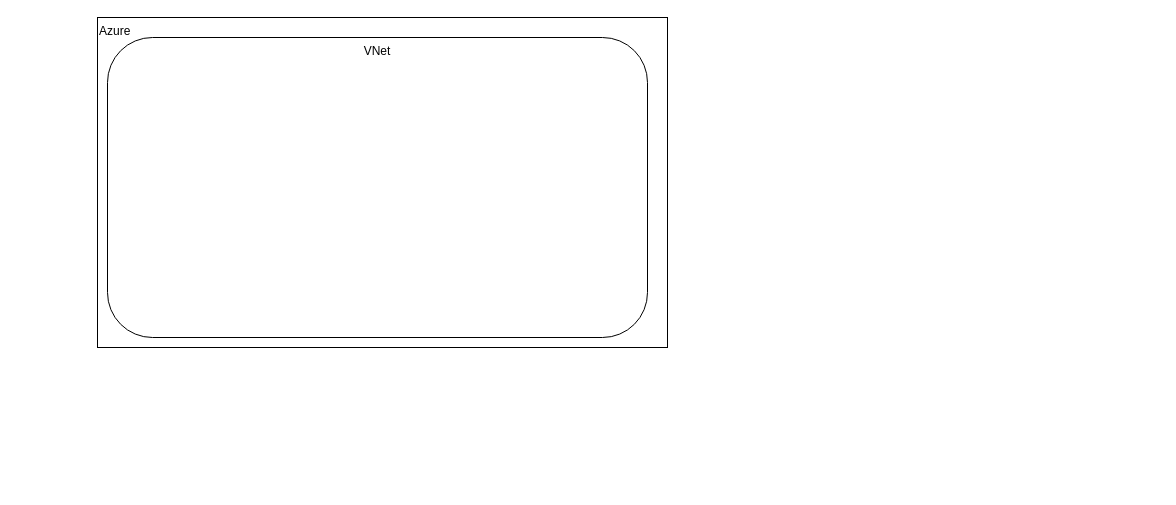
This is Inferencing on Azure.drawio from anildwarepo/draw.io-artifacts, a draw.io file, before an edit. Source tidied: cells renumbered, new cells numbered last; positions are measured from the earlier drawing's top-left corner, leaving out a move shared by most shapes. Both pictures are drawn from the tidied source at 100%, with x=0, y=0 at pixel (97, 17). Pictures stored in the file or linked from it are replaced by grey dashed boxes.
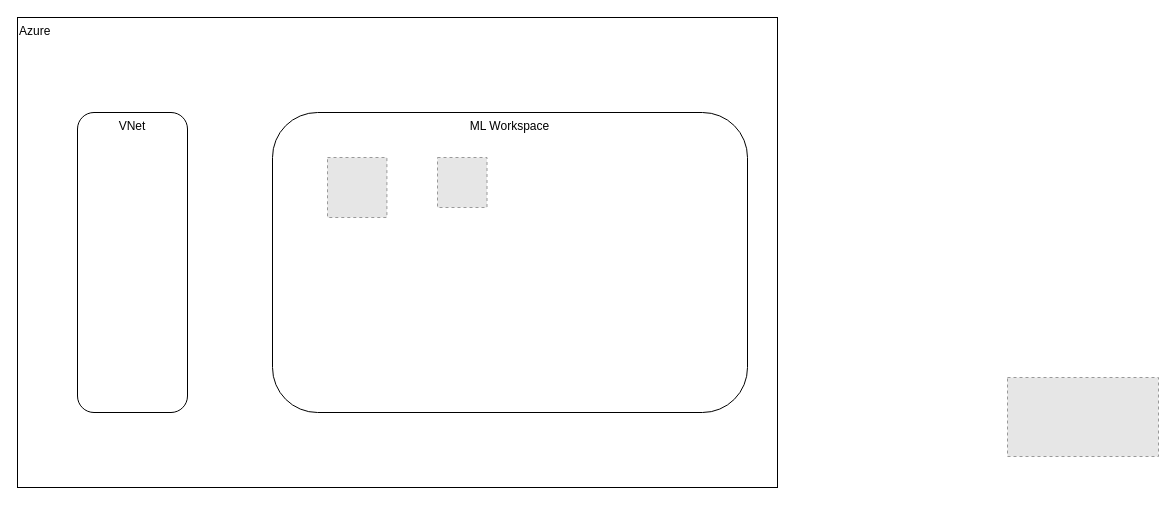
The same diagram, later.

Diff of the diagram source:
```diff
@@
 <mxGraphModel>
   <root>
     <mxCell id="0" />
     <mxCell id="1" parent="0" />
     <mxCell id="2" value="Azure" style="rounded=0;whiteSpace=wrap;html=1;verticalAlign=top;align=left;" parent="1" vertex="1">
-      <mxGeometry width="570" height="330" as="geometry" />
+      <mxGeometry x="-80" width="760" height="470" as="geometry" />
     </mxCell>
-    <mxCell id="3" value="VNet" style="rounded=1;whiteSpace=wrap;html=1;verticalAlign=top;align=center;" parent="1" vertex="1">
-      <mxGeometry x="10" y="20" width="540" height="300" as="geometry" />
+    <mxCell id="3" value="ML Workspace" style="rounded=1;whiteSpace=wrap;html=1;verticalAlign=top;align=center;" parent="1" vertex="1">
+      <mxGeometry x="175" y="95" width="475" height="300" as="geometry" />
     </mxCell>
+    <mxCell id="4" value="VNet" style="rounded=1;whiteSpace=wrap;html=1;verticalAlign=top;align=center;" parent="1" vertex="1">
+      <mxGeometry x="-20" y="95" width="110" height="300" as="geometry" />
+    </mxCell>
+    <mxCell id="5" style="fillColor=#E6E6E6;strokeColor=#999999;dashed=1;verticalLabelPosition=bottom;labelBackgroundColor=default;verticalAlign=top;" parent="1" vertex="1">
+      <mxGeometry x="230" y="140" width="59.4" height="60" as="geometry" />
+    </mxCell>
+    <mxCell id="6" style="fillColor=#E6E6E6;strokeColor=#999999;dashed=1;verticalLabelPosition=bottom;labelBackgroundColor=default;verticalAlign=top;" parent="1" vertex="1">
+      <mxGeometry x="340" y="140" width="49.5" height="50" as="geometry" />
+    </mxCell>
+    <mxCell id="7" style="fillColor=#E6E6E6;strokeColor=#999999;dashed=1;verticalLabelPosition=bottom;labelBackgroundColor=default;verticalAlign=top;" parent="1" vertex="1">
+      <mxGeometry x="910" y="360" width="151" height="79" as="geometry" />
+    </mxCell>
   </root>
 </mxGraphModel>
```
